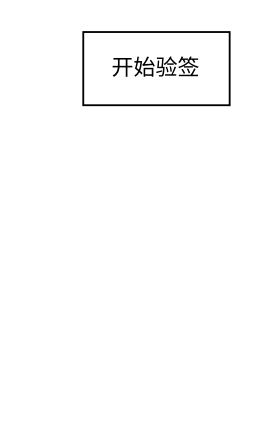
William-Tong/yonge keeps this draw.io diagram as UntitledDiagram44.drawio. Above is the earlier version. Source tidied: cells renumbered, new cells numbered last; positions are measured from the earlier drawing's top-left corner, leaving out a move shared by most shapes. Both pictures are drawn from the tidied source at 183%, with x=0, y=0 at pixel (82, 31).
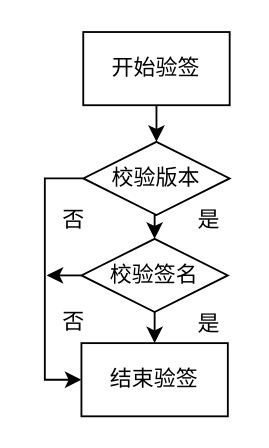
After the change.

Change to the diagram source:
```diff
@@
 <mxGraphModel>
   <root>
     <mxCell id="0" />
     <mxCell id="1" parent="0" />
+    <mxCell id="3" style="edgeStyle=orthogonalEdgeStyle;rounded=0;jettySize=auto;html=1;exitX=0.5;exitY=1;exitDx=0;exitDy=0;entryX=0.5;entryY=0;entryDx=0;entryDy=0;" parent="1" edge="1" source="2" target="6">
+      <mxGeometry relative="1" as="geometry" />
+    </mxCell>
     <mxCell id="2" value="开始验签" style="rounded=0;whiteSpace=wrap;html=1;" parent="1" vertex="1">
       <mxGeometry width="80" height="40" as="geometry" />
     </mxCell>
+    <mxCell id="4" style="edgeStyle=orthogonalEdgeStyle;rounded=0;jettySize=auto;html=1;exitX=0.5;exitY=1;exitDx=0;exitDy=0;entryX=0.5;entryY=0;entryDx=0;entryDy=0;" parent="1" edge="1" source="6" target="9">
+      <mxGeometry relative="1" as="geometry" />
+    </mxCell>
+    <mxCell id="5" style="edgeStyle=orthogonalEdgeStyle;rounded=0;jettySize=auto;html=1;exitX=0;exitY=0.5;exitDx=0;exitDy=0;entryX=0;entryY=0.5;entryDx=0;entryDy=0;" parent="1" edge="1" source="6" target="10">
+      <mxGeometry relative="1" as="geometry" />
+    </mxCell>
+    <mxCell id="6" value="校验版本" style="rhombus;whiteSpace=wrap;html=1;" parent="1" vertex="1">
+      <mxGeometry y="60" width="80" height="40" as="geometry" />
+    </mxCell>
+    <mxCell id="7" style="edgeStyle=orthogonalEdgeStyle;rounded=0;jettySize=auto;html=1;exitX=0.5;exitY=1;exitDx=0;exitDy=0;entryX=0.5;entryY=0;entryDx=0;entryDy=0;" parent="1" edge="1" source="9" target="10">
+      <mxGeometry relative="1" as="geometry" />
+    </mxCell>
+    <mxCell id="8" style="edgeStyle=orthogonalEdgeStyle;rounded=0;jettySize=auto;html=1;exitX=0;exitY=0.5;exitDx=0;exitDy=0;" parent="1" edge="1" source="9">
+      <mxGeometry relative="1" as="geometry">
+        <mxPoint x="-20" y="133" as="targetPoint" />
+      </mxGeometry>
+    </mxCell>
+    <mxCell id="9" value="校验签名" style="rhombus;whiteSpace=wrap;html=1;" parent="1" vertex="1">
+      <mxGeometry x="-1" y="113" width="80" height="40" as="geometry" />
+    </mxCell>
+    <mxCell id="10" value="结束验签" style="rounded=0;whiteSpace=wrap;html=1;" parent="1" vertex="1">
+      <mxGeometry x="-1" y="170" width="80" height="40" as="geometry" />
+    </mxCell>
+    <mxCell id="11" value="是" style="text;html=1;strokeColor=none;fillColor=none;align=center;verticalAlign=middle;whiteSpace=wrap;rounded=0;" parent="1" vertex="1">
+      <mxGeometry x="54" y="93" width="30" height="20" as="geometry" />
+    </mxCell>
+    <mxCell id="12" value="是" style="text;html=1;strokeColor=none;fillColor=none;align=center;verticalAlign=middle;whiteSpace=wrap;rounded=0;" parent="1" vertex="1">
+      <mxGeometry x="54" y="150" width="30" height="20" as="geometry" />
+    </mxCell>
+    <mxCell id="13" value="否" style="text;html=1;strokeColor=none;fillColor=none;align=center;verticalAlign=middle;whiteSpace=wrap;rounded=0;" parent="1" vertex="1">
+      <mxGeometry x="-20" y="93" width="30" height="20" as="geometry" />
+    </mxCell>
+    <mxCell id="14" value="否" style="text;html=1;strokeColor=none;fillColor=none;align=center;verticalAlign=middle;whiteSpace=wrap;rounded=0;" parent="1" vertex="1">
+      <mxGeometry x="-20" y="150" width="30" height="17" as="geometry" />
+    </mxCell>
   </root>
 </mxGraphModel>
```
